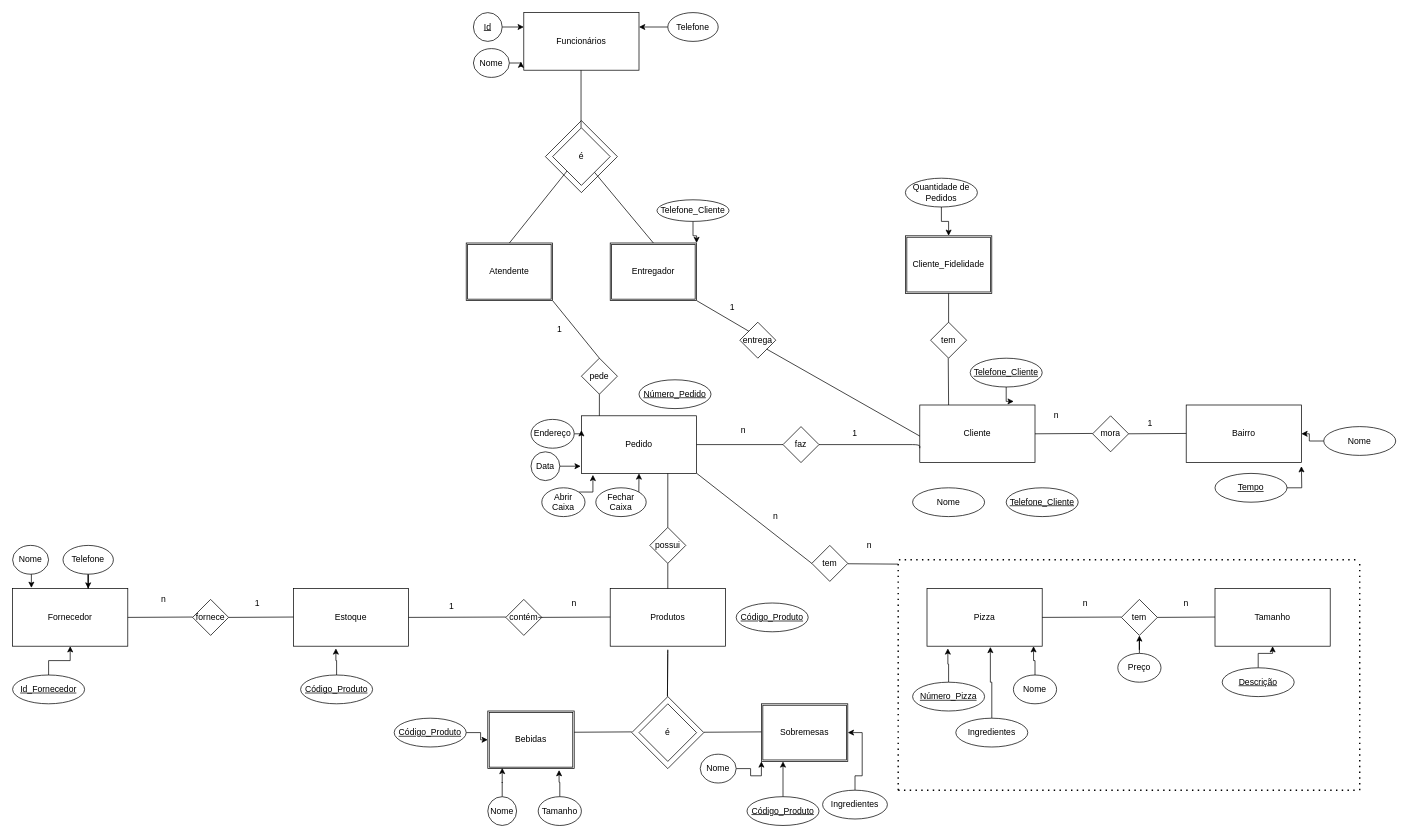
This is MER APSBD1.drawio from yangsouza/BD1, a draw.io file, before an edit. Source tidied: cells renumbered, new cells numbered last; positions are measured from the earlier drawing's top-left corner, leaving out a move shared by most shapes. Both pictures are drawn from the tidied source at 72%, with x=0, y=0 at pixel (12, 12).
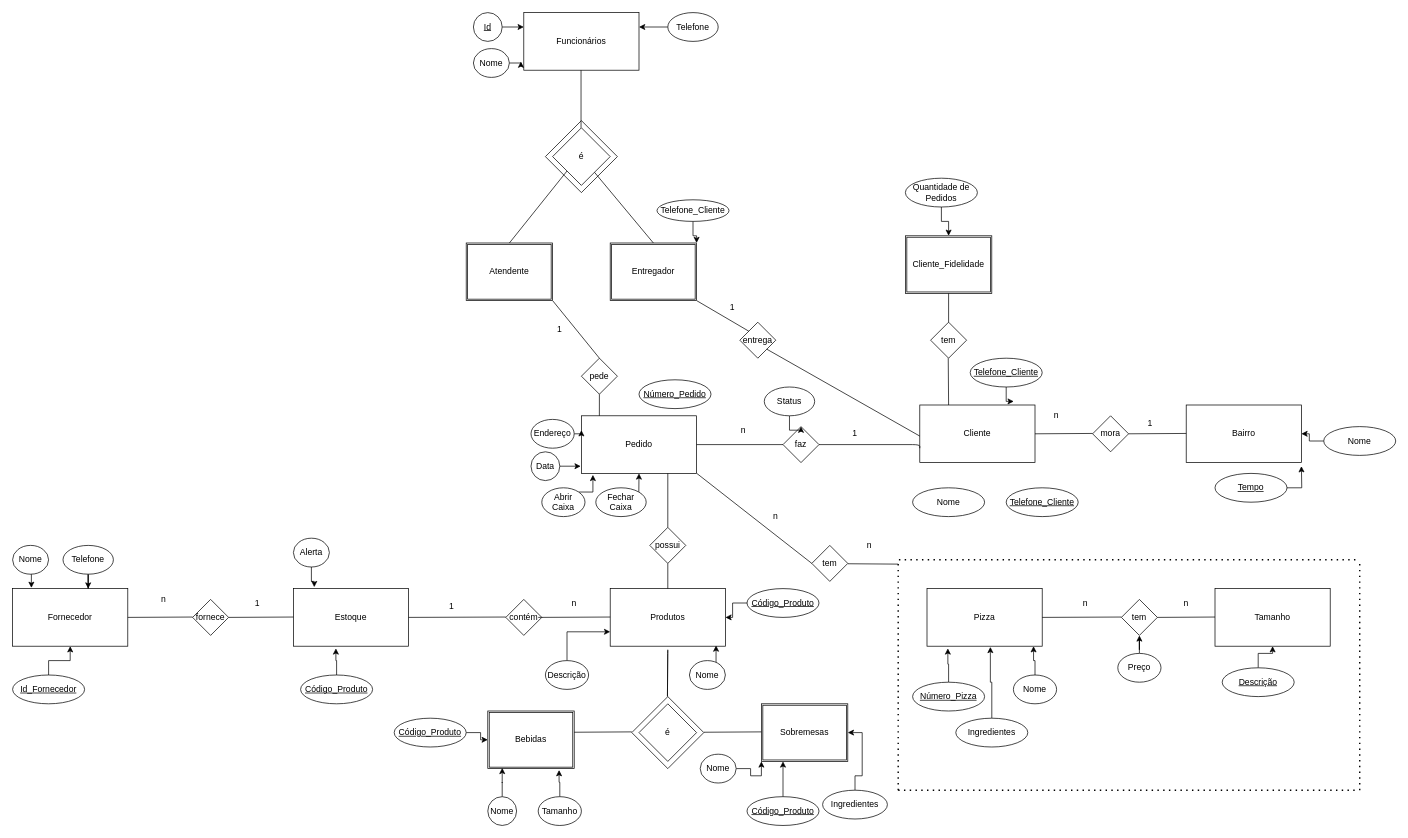
The same diagram, later.

The change refers to these unchanged cells:
```xml
<mxCell id="15" value="Produtos" style="rounded=0;whiteSpace=wrap;html=1;" parent="1" vertex="1">
  <mxGeometry x="830" y="800" width="160" height="80" as="geometry" />
</mxCell>
<mxCell id="17" value="&lt;div&gt;Estoque&lt;/div&gt;" style="rounded=0;whiteSpace=wrap;html=1;" parent="1" vertex="1">
  <mxGeometry x="390" y="800" width="160" height="80" as="geometry" />
</mxCell>
<mxCell id="81" value="faz" style="rhombus;whiteSpace=wrap;html=1;" parent="1" vertex="1">
  <mxGeometry x="1070" y="575" width="50" height="50" as="geometry" />
</mxCell>
```

What changed in the source:
```diff
@@
+    <mxCell id="139" style="edgeStyle=orthogonalEdgeStyle;rounded=0;jettySize=auto;html=1;" parent="1" edge="1" source="41" target="15">
+      <mxGeometry relative="1" as="geometry" />
+    </mxCell>
     <mxCell id="41" value="Código_Produto" style="ellipse;whiteSpace=wrap;html=1;align=center;fontStyle=4;" parent="1" vertex="1">
-      <mxGeometry x="1005" y="820" width="100" height="40" as="geometry" />
+      <mxGeometry x="1020" y="800" width="100" height="40" as="geometry" />
     </mxCell>
@@
+    <mxCell id="140" style="edgeStyle=orthogonalEdgeStyle;rounded=0;jettySize=auto;html=1;exitX=1;exitY=0;exitDx=0;exitDy=0;entryX=0.919;entryY=0.988;entryDx=0;entryDy=0;entryPerimeter=0;" parent="1" edge="1" source="141" target="15">
+      <mxGeometry relative="1" as="geometry" />
+    </mxCell>
+    <mxCell id="141" value="Nome" style="ellipse;whiteSpace=wrap;html=1;align=center;" parent="1" vertex="1">
+      <mxGeometry x="940" y="900" width="50" height="40" as="geometry" />
+    </mxCell>
+    <mxCell id="142" style="edgeStyle=orthogonalEdgeStyle;rounded=0;jettySize=auto;html=1;exitX=0.5;exitY=0;exitDx=0;exitDy=0;entryX=0;entryY=0.75;entryDx=0;entryDy=0;" parent="1" edge="1" source="143" target="15">
+      <mxGeometry relative="1" as="geometry" />
+    </mxCell>
+    <mxCell id="143" value="Descrição" style="ellipse;whiteSpace=wrap;html=1;align=center;" parent="1" vertex="1">
+      <mxGeometry x="740" y="900" width="60" height="40" as="geometry" />
+    </mxCell>
+    <mxCell id="144" style="edgeStyle=orthogonalEdgeStyle;rounded=0;jettySize=auto;html=1;entryX=0.181;entryY=-0.025;entryDx=0;entryDy=0;entryPerimeter=0;" parent="1" edge="1" source="145" target="17">
+      <mxGeometry relative="1" as="geometry" />
+    </mxCell>
+    <mxCell id="145" value="Alerta" style="ellipse;whiteSpace=wrap;html=1;align=center;" parent="1" vertex="1">
+      <mxGeometry x="390" y="730" width="50" height="40" as="geometry" />
+    </mxCell>
+    <mxCell id="146" style="edgeStyle=orthogonalEdgeStyle;rounded=0;jettySize=auto;html=1;exitX=0.5;exitY=1;exitDx=0;exitDy=0;" parent="1" edge="1" source="147" target="81">
+      <mxGeometry relative="1" as="geometry" />
+    </mxCell>
+    <mxCell id="147" value="Status" style="ellipse;whiteSpace=wrap;html=1;align=center;" parent="1" vertex="1">
+      <mxGeometry x="1044" y="520" width="70" height="40" as="geometry" />
+    </mxCell>
```
